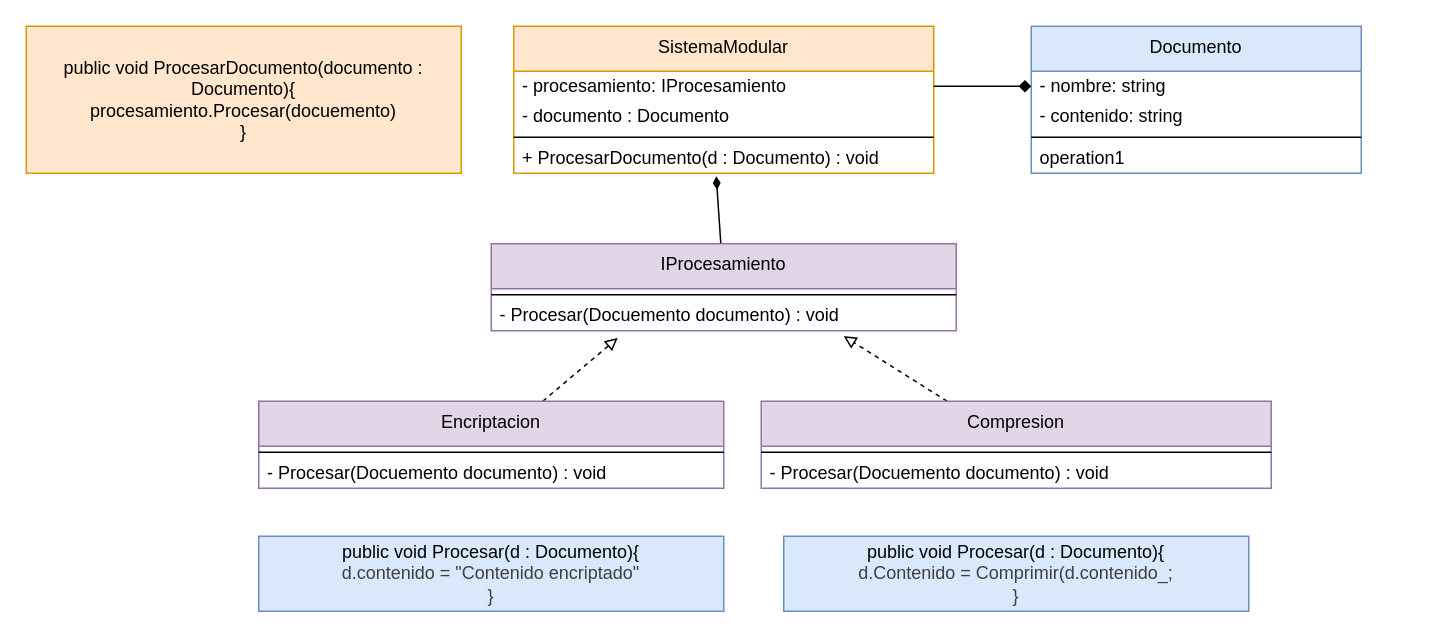
This is clase_20_/diagrama/simulacro_parcial.dio from EdgarSteinberg/programacion-2-repaso, a draw.io file, before an edit. Source tidied: cells renumbered, new cells numbered last; positions are measured from the earlier drawing's top-left corner, leaving out a move shared by most shapes. Both pictures are drawn from the tidied source at 150%, with x=0, y=0 at pixel (26, 26).
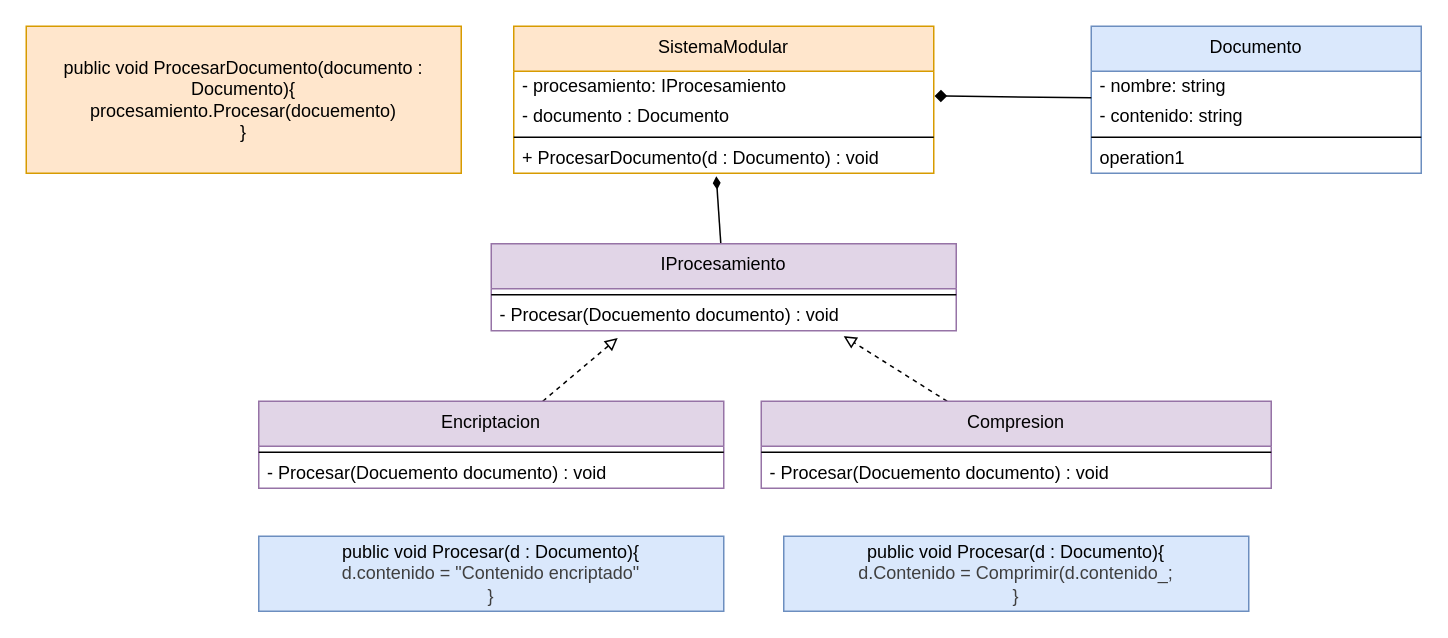
After the change.

The change refers to these unchanged cells:
```xml
<mxCell id="3" value="- procesamiento: IProcesamiento" style="text;html=1;strokeColor=none;fillColor=none;align=left;verticalAlign=middle;spacingLeft=4;spacingRight=4;overflow=hidden;points=[[0,0.5],[1,0.5]];portConstraint=eastwest;whiteSpace=wrap;" parent="2" vertex="1">
  <mxGeometry y="30" width="280" height="20" as="geometry" />
</mxCell>
<mxCell id="4" value="- documento : Documento" style="text;html=1;strokeColor=none;fillColor=none;align=left;verticalAlign=middle;spacingLeft=4;spacingRight=4;overflow=hidden;points=[[0,0.5],[1,0.5]];portConstraint=eastwest;whiteSpace=wrap;" parent="2" vertex="1">
  <mxGeometry y="50" width="280" height="20" as="geometry" />
</mxCell>
<mxCell id="20" value="- nombre: string" style="text;html=1;strokeColor=none;fillColor=none;align=left;verticalAlign=middle;spacingLeft=4;spacingRight=4;overflow=hidden;points=[[0,0.5],[1,0.5]];portConstraint=eastwest;whiteSpace=wrap;" parent="19" vertex="1">
  <mxGeometry y="30" width="220" height="20" as="geometry" />
</mxCell>
```

Change to the diagram source:
```diff
@@
     <mxCell id="19" value="Documento" style="swimlane;fontStyle=0;align=center;verticalAlign=top;horizontal=1;startSize=30;html=1;whiteSpace=wrap;fillColor=#dae8fc;strokeColor=#6c8ebf;" parent="1" vertex="1">
-      <mxGeometry x="670" width="220" height="98" as="geometry" />
+      <mxGeometry x="710" width="220" height="98" as="geometry" />
     </mxCell>
@@
-    <mxCell id="24" style="edgeStyle=none;html=1;entryX=0;entryY=0.5;entryDx=0;entryDy=0;endArrow=diamond;endFill=1;exitX=1;exitY=0.5;exitDx=0;exitDy=0;" parent="1" edge="1" source="3" target="20">
-      <mxGeometry relative="1" as="geometry" />
-    </mxCell>
@@
+    <mxCell id="28" style="edgeStyle=none;html=1;entryX=1.002;entryY=-0.178;entryDx=0;entryDy=0;entryPerimeter=0;endArrow=diamond;endFill=1;" parent="1" edge="1" source="19" target="4">
+      <mxGeometry relative="1" as="geometry" />
+    </mxCell>
```
